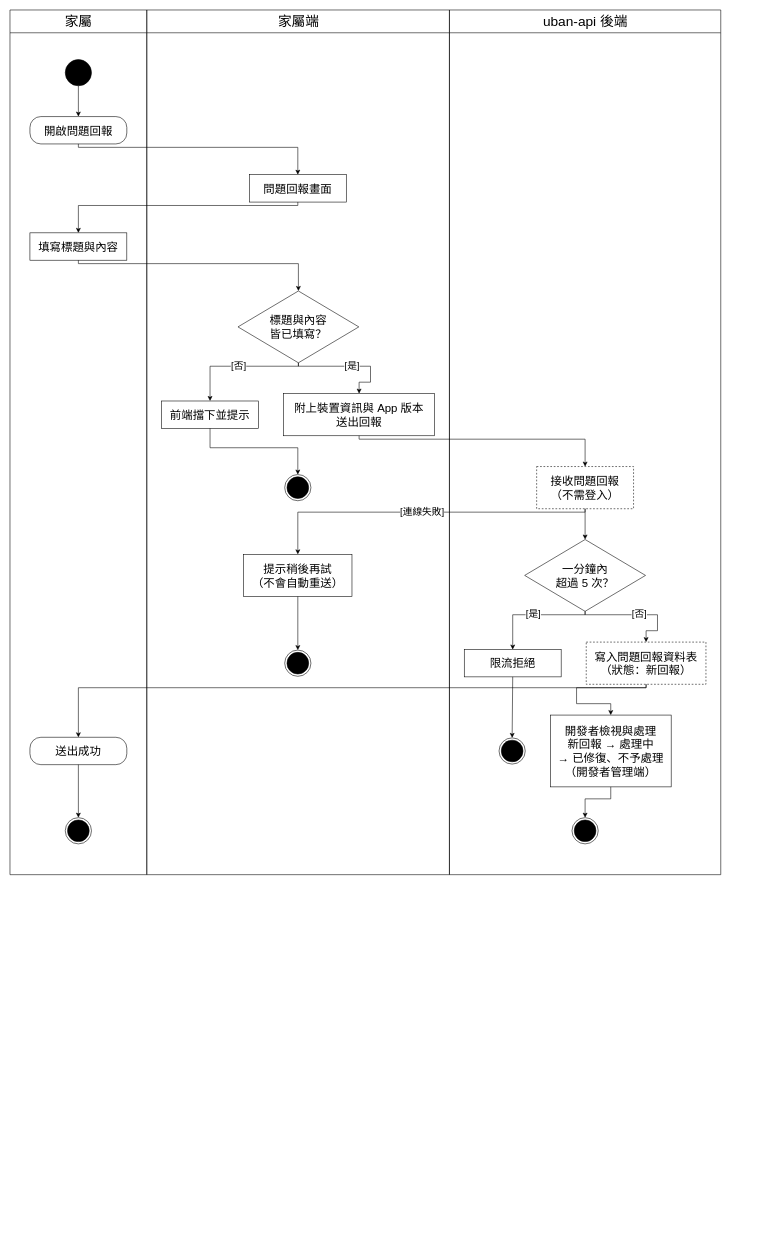
The draw.io diagram Uban System Documents/drawio圖/A21-問題回報.drawio in HuangYu-Kai/Uban, before the edit. Source tidied: cells renumbered, new cells numbered last; positions are measured from the earlier drawing's top-left corner, leaving out a move shared by most shapes. Both pictures are drawn from the tidied source at 57%, with x=0, y=0 at pixel (10, 10).
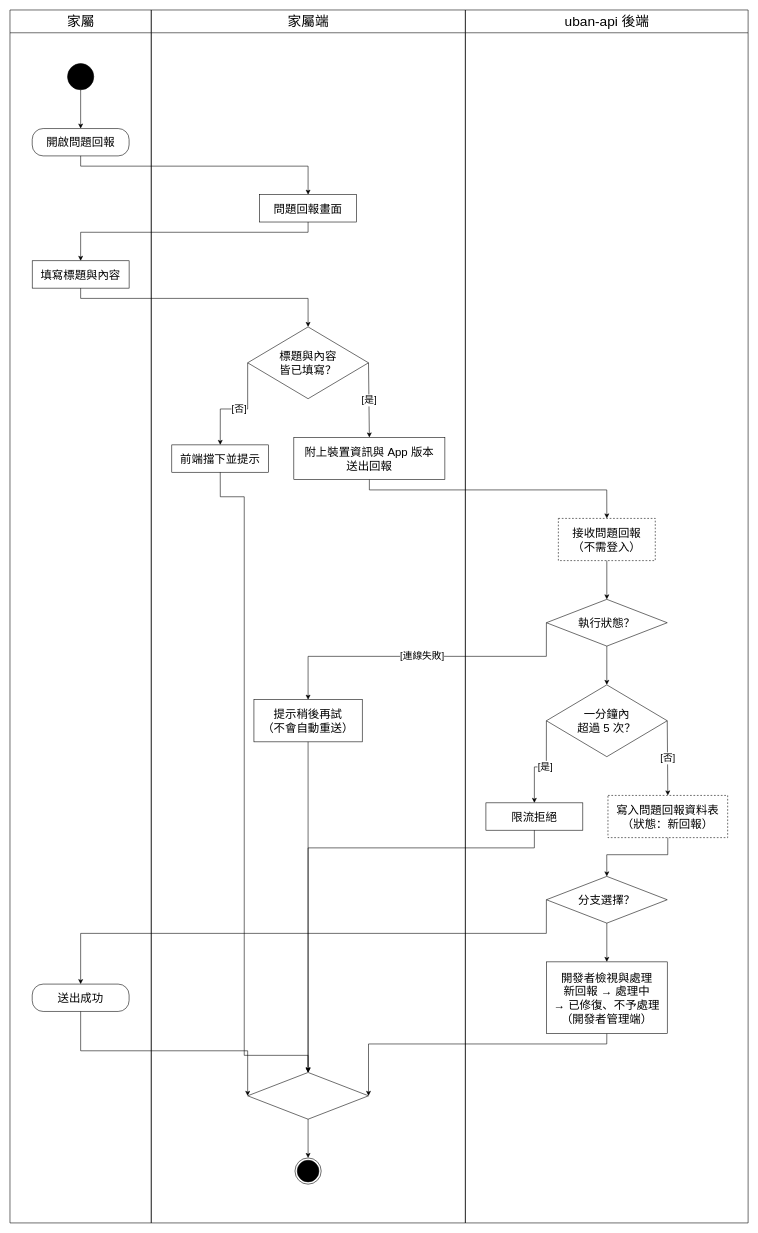
Above is the later version.

Change to the diagram source:
```diff
@@
     <mxCell id="2" value="家屬" style="swimlane;html=1;horizontal=1;startSize=40;fillColor=none;strokeColor=#000000;fontSize=24;fontColor=#000000;fontStyle=0;swimlaneFillColor=none;" parent="1" vertex="1">
-      <mxGeometry width="240" height="1517" as="geometry" />
+      <mxGeometry width="247.9" height="2128" as="geometry" />
     </mxCell>
     <mxCell id="3" value="家屬端" style="swimlane;html=1;horizontal=1;startSize=40;fillColor=none;strokeColor=#000000;fontSize=24;fontColor=#000000;fontStyle=0;swimlaneFillColor=none;" parent="1" vertex="1">
-      <mxGeometry x="240" width="531" height="1517" as="geometry" />
+      <mxGeometry x="247.9" width="551" height="2128" as="geometry" />
     </mxCell>
     <mxCell id="4" value="uban-api 後端" style="swimlane;html=1;horizontal=1;startSize=40;fillColor=none;strokeColor=#000000;fontSize=24;fontColor=#000000;fontStyle=0;swimlaneFillColor=none;" parent="1" vertex="1">
-      <mxGeometry x="771" width="476" height="1517" as="geometry" />
+      <mxGeometry x="799" width="496" height="2128" as="geometry" />
     </mxCell>
     <mxCell id="5" style="ellipse;html=1;fillColor=#000000;strokeColor=#000000;" parent="2" vertex="1">
-      <mxGeometry x="97" y="87" width="46" height="46" as="geometry" />
+      <mxGeometry x="101" y="94" width="46" height="46" as="geometry" />
     </mxCell>
     <mxCell id="6" value="開啟問題回報" style="rounded=1;arcSize=40;whiteSpace=wrap;html=1;fillColor=#FFFFFF;strokeColor=#000000;fontSize=20;fontColor=#000000;" parent="2" vertex="1">
-      <mxGeometry x="35" y="187" width="170" height="48" as="geometry" />
+      <mxGeometry x="39" y="208" width="170" height="48" as="geometry" />
     </mxCell>
     <mxCell id="7" value="填寫標題與內容" style="rounded=0;whiteSpace=wrap;html=1;fillColor=#FFFFFF;strokeColor=#000000;fontSize=20;fontColor=#000000;" parent="2" vertex="1">
-      <mxGeometry x="35" y="391" width="170" height="48" as="geometry" />
+      <mxGeometry x="39" y="440" width="170" height="48" as="geometry" />
     </mxCell>
     <mxCell id="8" value="送出成功" style="rounded=1;arcSize=40;whiteSpace=wrap;html=1;fillColor=#FFFFFF;strokeColor=#000000;fontSize=20;fontColor=#000000;" parent="2" vertex="1">
-      <mxGeometry x="35" y="1276" width="170" height="48" as="geometry" />
+      <mxGeometry x="39" y="1709" width="170" height="48" as="geometry" />
     </mxCell>
-    <mxCell id="9" style="ellipse;html=1;shape=endState;fillColor=#000000;strokeColor=#000000;" parent="2" vertex="1">
-      <mxGeometry x="97" y="1417" width="46" height="46" as="geometry" />
-    </mxCell>
     <mxCell id="10" value="問題回報畫面" style="rounded=0;whiteSpace=wrap;html=1;fillColor=#FFFFFF;strokeColor=#000000;fontSize=20;fontColor=#000000;" parent="3" vertex="1">
-      <mxGeometry x="180" y="289" width="170" height="48" as="geometry" />
+      <mxGeometry x="190.1" y="324" width="170" height="48" as="geometry" />
     </mxCell>
     <mxCell id="11" value="標題與內容&lt;br&gt;皆已填寫？" style="rhombus;whiteSpace=wrap;html=1;fillColor=#FFFFFF;strokeColor=#000000;fontSize=20;fontColor=#000000;" parent="3" vertex="1">
-      <mxGeometry x="160" y="493" width="212" height="126" as="geometry" />
+      <mxGeometry x="169.1" y="556" width="212" height="126" as="geometry" />
     </mxCell>
     <mxCell id="12" value="前端擋下並提示" style="rounded=0;whiteSpace=wrap;html=1;fillColor=#FFFFFF;strokeColor=#000000;fontSize=20;fontColor=#000000;" parent="3" vertex="1">
-      <mxGeometry x="26" y="686" width="170" height="48" as="geometry" />
+      <mxGeometry x="36" y="763" width="170" height="48" as="geometry" />
     </mxCell>
-    <mxCell id="13" style="ellipse;html=1;shape=endState;fillColor=#000000;strokeColor=#000000;" parent="3" vertex="1">
-      <mxGeometry x="242" y="815" width="46" height="46" as="geometry" />
-    </mxCell>
     <mxCell id="14" value="附上裝置資訊與 App 版本&lt;br&gt;送出回報" style="rounded=0;whiteSpace=wrap;html=1;fillColor=#FFFFFF;strokeColor=#000000;fontSize=20;fontColor=#000000;" parent="3" vertex="1">
-      <mxGeometry x="240" y="673" width="265" height="74" as="geometry" />
+      <mxGeometry x="250.1" y="750" width="265" height="74" as="geometry" />
     </mxCell>
     <mxCell id="15" value="提示稍後再試&lt;br&gt;（不會自動重送）" style="rounded=0;whiteSpace=wrap;html=1;fillColor=#FFFFFF;strokeColor=#000000;fontSize=20;fontColor=#000000;" parent="3" vertex="1">
-      <mxGeometry x="170" y="955" width="190" height="74" as="geometry" />
+      <mxGeometry x="180.1" y="1210" width="190" height="74" as="geometry" />
     </mxCell>
-    <mxCell id="16" style="ellipse;html=1;shape=endState;fillColor=#000000;strokeColor=#000000;" parent="3" vertex="1">
-      <mxGeometry x="242" y="1123" width="46" height="46" as="geometry" />
-    </mxCell>
+    <mxCell id="42" style="rhombus;whiteSpace=wrap;html=1;fillColor=#FFFFFF;strokeColor=#000000;fontSize=20;fontColor=#000000;" parent="3" vertex="1">
+      <mxGeometry x="169.1" y="1864" width="212" height="82" as="geometry" />
+    </mxCell>
+    <mxCell id="43" style="ellipse;html=1;shape=endState;fillColor=#000000;strokeColor=#000000;" parent="3" vertex="1">
+      <mxGeometry x="252.1" y="2014" width="46" height="46" as="geometry" />
+    </mxCell>
     <mxCell id="17" value="接收問題回報&lt;br&gt;（不需登入）" style="rounded=0;whiteSpace=wrap;html=1;fillColor=#FFFFFF;strokeColor=#000000;fontSize=20;fontColor=#000000;dashed=1;" parent="4" vertex="1">
-      <mxGeometry x="153" y="801" width="170" height="74" as="geometry" />
+      <mxGeometry x="163.1" y="892" width="170" height="74" as="geometry" />
     </mxCell>
     <mxCell id="18" value="一分鐘內&lt;br&gt;超過 5 次？" style="rhombus;whiteSpace=wrap;html=1;fillColor=#FFFFFF;strokeColor=#000000;fontSize=20;fontColor=#000000;" parent="4" vertex="1">
-      <mxGeometry x="132" y="929" width="212" height="126" as="geometry" />
+      <mxGeometry x="142.1" y="1184" width="212" height="126" as="geometry" />
     </mxCell>
     <mxCell id="19" value="限流拒絕" style="rounded=0;whiteSpace=wrap;html=1;fillColor=#FFFFFF;strokeColor=#000000;fontSize=20;fontColor=#000000;" parent="4" vertex="1">
-      <mxGeometry x="26" y="1122" width="170" height="48" as="geometry" />
+      <mxGeometry x="36" y="1391" width="170" height="48" as="geometry" />
     </mxCell>
-    <mxCell id="20" style="ellipse;html=1;shape=endState;fillColor=#000000;strokeColor=#000000;" parent="4" vertex="1">
-      <mxGeometry x="87" y="1277" width="46" height="46" as="geometry" />
-    </mxCell>
     <mxCell id="21" value="寫入問題回報資料表&lt;br&gt;（狀態：新回報）" style="rounded=0;whiteSpace=wrap;html=1;fillColor=#FFFFFF;strokeColor=#000000;fontSize=20;fontColor=#000000;dashed=1;" parent="4" vertex="1">
-      <mxGeometry x="240" y="1109" width="210" height="74" as="geometry" />
+      <mxGeometry x="250.1" y="1378" width="210" height="74" as="geometry" />
     </mxCell>
     <mxCell id="22" value="開發者檢視與處理&lt;br&gt;新回報 → 處理中&lt;br&gt;→ 已修復、不予處理&lt;br&gt;（開發者管理端）" style="rounded=0;whiteSpace=wrap;html=1;fillColor=#FFFFFF;strokeColor=#000000;fontSize=20;fontColor=#000000;" parent="4" vertex="1">
-      <mxGeometry x="177" y="1237" width="212" height="126" as="geometry" />
+      <mxGeometry x="142.1" y="1670" width="212" height="126" as="geometry" />
     </mxCell>
-    <mxCell id="23" style="ellipse;html=1;shape=endState;fillColor=#000000;strokeColor=#000000;" parent="4" vertex="1">
-      <mxGeometry x="215" y="1417" width="46" height="46" as="geometry" />
-    </mxCell>
+    <mxCell id="44" value="執行狀態？" style="rhombus;whiteSpace=wrap;html=1;fillColor=#FFFFFF;strokeColor=#000000;fontSize=20;fontColor=#000000;" parent="4" vertex="1">
+      <mxGeometry x="142.1" y="1034" width="212" height="82" as="geometry" />
+    </mxCell>
+    <mxCell id="45" value="分支選擇？" style="rhombus;whiteSpace=wrap;html=1;fillColor=#FFFFFF;strokeColor=#000000;fontSize=20;fontColor=#000000;" parent="4" vertex="1">
+      <mxGeometry x="142.1" y="1520" width="212" height="82" as="geometry" />
+    </mxCell>
@@
     <mxCell id="25" style="edgeStyle=none;rounded=0;html=1;strokeColor=#000000;fontSize=17;fontColor=#000000;labelBackgroundColor=#FFFFFF;endArrow=classic;endFill=1;exitPerimeter=0;entryPerimeter=0;exitX=0.5;exitY=1;exitDx=0;exitDy=0;entryX=0.5;entryY=0;entryDx=0;entryDy=0;" parent="1" edge="1" source="6" target="10">
       <mxGeometry relative="1" as="geometry">
         <Array as="points">
-          <mxPoint x="120" y="241" />
-          <mxPoint x="505" y="241" />
+          <mxPoint x="124" y="274" />
+          <mxPoint x="523" y="274" />
         </Array>
       </mxGeometry>
     </mxCell>
     <mxCell id="26" style="edgeStyle=none;rounded=0;html=1;strokeColor=#000000;fontSize=17;fontColor=#000000;labelBackgroundColor=#FFFFFF;endArrow=classic;endFill=1;exitPerimeter=0;entryPerimeter=0;exitX=0.5;exitY=1;exitDx=0;exitDy=0;entryX=0.5;entryY=0;entryDx=0;entryDy=0;" parent="1" edge="1" source="10" target="7">
       <mxGeometry relative="1" as="geometry">
         <Array as="points">
-          <mxPoint x="505" y="343" />
-          <mxPoint x="120" y="343" />
+          <mxPoint x="523" y="390" />
+          <mxPoint x="124" y="390" />
         </Array>
       </mxGeometry>
     </mxCell>
     <mxCell id="27" style="edgeStyle=none;rounded=0;html=1;strokeColor=#000000;fontSize=17;fontColor=#000000;labelBackgroundColor=#FFFFFF;endArrow=classic;endFill=1;exitPerimeter=0;entryPerimeter=0;exitX=0.5;exitY=1;exitDx=0;exitDy=0;entryX=0.5;entryY=0;entryDx=0;entryDy=0;" parent="1" edge="1" source="7" target="11">
       <mxGeometry relative="1" as="geometry">
         <Array as="points">
-          <mxPoint x="120" y="445" />
-          <mxPoint x="506" y="445" />
+          <mxPoint x="124" y="506" />
+          <mxPoint x="523" y="506" />
         </Array>
       </mxGeometry>
     </mxCell>
-    <mxCell id="28" value="[否]" style="edgeStyle=none;rounded=0;html=1;strokeColor=#000000;fontSize=17;fontColor=#000000;labelBackgroundColor=#FFFFFF;endArrow=classic;endFill=1;exitPerimeter=0;entryPerimeter=0;exitX=0.5;exitY=1;exitDx=0;exitDy=0;entryX=0.5;entryY=0;entryDx=0;entryDy=0;" parent="1" edge="1" source="11" target="12">
+    <mxCell id="28" value="[否]" style="edgeStyle=none;rounded=0;html=1;strokeColor=#000000;fontSize=17;fontColor=#000000;labelBackgroundColor=#FFFFFF;endArrow=classic;endFill=1;exitPerimeter=0;entryPerimeter=0;exitX=0;exitY=0.5;exitDx=0;exitDy=0;entryX=0.5;entryY=0;entryDx=0;entryDy=0;" parent="1" edge="1" source="11" target="12">
       <mxGeometry relative="1" as="geometry">
         <Array as="points">
-          <mxPoint x="506" y="625" />
-          <mxPoint x="351" y="625" />
+          <mxPoint x="417" y="700" />
+          <mxPoint x="369" y="700" />
         </Array>
       </mxGeometry>
     </mxCell>
-    <mxCell id="29" value="[是]" style="edgeStyle=none;rounded=0;html=1;strokeColor=#000000;fontSize=17;fontColor=#000000;labelBackgroundColor=#FFFFFF;endArrow=classic;endFill=1;exitPerimeter=0;entryPerimeter=0;exitX=0.5;exitY=1;exitDx=0;exitDy=0;entryX=0.5;entryY=0;entryDx=0;entryDy=0;" parent="1" edge="1" source="11" target="14">
-      <mxGeometry relative="1" as="geometry">
-        <Array as="points">
-          <mxPoint x="506" y="625" />
-          <mxPoint x="632.5" y="625" />
-          <mxPoint x="632.5" y="653" />
-          <mxPoint x="612.5" y="653" />
-        </Array>
-      </mxGeometry>
+    <mxCell id="29" value="[是]" style="edgeStyle=none;rounded=0;html=1;strokeColor=#000000;fontSize=17;fontColor=#000000;labelBackgroundColor=#FFFFFF;endArrow=classic;endFill=1;exitPerimeter=0;entryPerimeter=0;exitX=1;exitY=0.5;exitDx=0;exitDy=0;entryX=0.5;entryY=0;entryDx=0;entryDy=0;" parent="1" edge="1" source="11" target="14">
+      <mxGeometry relative="1" as="geometry" />
     </mxCell>
     <mxCell id="30" style="edgeStyle=none;rounded=0;html=1;strokeColor=#000000;fontSize=17;fontColor=#000000;labelBackgroundColor=#FFFFFF;endArrow=classic;endFill=1;exitPerimeter=0;entryPerimeter=0;exitX=0.5;exitY=1;exitDx=0;exitDy=0;entryX=0.5;entryY=0;entryDx=0;entryDy=0;" parent="1" edge="1" source="14" target="17">
       <mxGeometry relative="1" as="geometry">
         <Array as="points">
-          <mxPoint x="612.5" y="753" />
-          <mxPoint x="1009" y="753" />
+          <mxPoint x="630.5" y="842" />
+          <mxPoint x="1047" y="842" />
         </Array>
       </mxGeometry>
     </mxCell>
-    <mxCell id="31" value="[連線失敗]" style="edgeStyle=none;rounded=0;html=1;strokeColor=#000000;fontSize=17;fontColor=#000000;labelBackgroundColor=#FFFFFF;endArrow=classic;endFill=1;exitPerimeter=0;entryPerimeter=0;exitX=0.5;exitY=1;exitDx=0;exitDy=0;entryX=0.5;entryY=0;entryDx=0;entryDy=0;" parent="1" edge="1" source="17" target="15">
+    <mxCell id="31" value="[連線失敗]" style="edgeStyle=none;rounded=0;html=1;strokeColor=#000000;fontSize=17;fontColor=#000000;labelBackgroundColor=#FFFFFF;endArrow=classic;endFill=1;exitPerimeter=0;entryPerimeter=0;exitX=0;exitY=0.5;exitDx=0;exitDy=0;entryX=0.5;entryY=0;entryDx=0;entryDy=0;" parent="1" edge="1" source="44" target="15">
       <mxGeometry relative="1" as="geometry">
         <Array as="points">
-          <mxPoint x="1009" y="881" />
-          <mxPoint x="505" y="881" />
+          <mxPoint x="941" y="1134" />
+          <mxPoint x="523" y="1134" />
         </Array>
       </mxGeometry>
     </mxCell>
-    <mxCell id="32" style="edgeStyle=none;rounded=0;html=1;strokeColor=#000000;fontSize=17;fontColor=#000000;labelBackgroundColor=#FFFFFF;endArrow=classic;endFill=1;exitPerimeter=0;entryPerimeter=0;exitX=0.5;exitY=1;exitDx=0;exitDy=0;entryX=0.5;entryY=0;entryDx=0;entryDy=0;" parent="1" edge="1" source="17" target="18">
+    <mxCell id="32" style="edgeStyle=none;rounded=0;html=1;strokeColor=#000000;fontSize=17;fontColor=#000000;labelBackgroundColor=#FFFFFF;endArrow=classic;endFill=1;exitPerimeter=0;entryPerimeter=0;exitX=0.5;exitY=1;exitDx=0;exitDy=0;entryX=0.5;entryY=0;entryDx=0;entryDy=0;" parent="1" edge="1" source="44" target="18">
       <mxGeometry relative="1" as="geometry" />
     </mxCell>
-    <mxCell id="33" value="[是]" style="edgeStyle=none;rounded=0;html=1;strokeColor=#000000;fontSize=17;fontColor=#000000;labelBackgroundColor=#FFFFFF;endArrow=classic;endFill=1;exitPerimeter=0;entryPerimeter=0;exitX=0.5;exitY=1;exitDx=0;exitDy=0;entryX=0.5;entryY=0;entryDx=0;entryDy=0;" parent="1" edge="1" source="18" target="19">
+    <mxCell id="33" value="[是]" style="edgeStyle=none;rounded=0;html=1;strokeColor=#000000;fontSize=17;fontColor=#000000;labelBackgroundColor=#FFFFFF;endArrow=classic;endFill=1;exitPerimeter=0;entryPerimeter=0;exitX=0;exitY=0.5;exitDx=0;exitDy=0;entryX=0.5;entryY=0;entryDx=0;entryDy=0;" parent="1" edge="1" source="18" target="19">
       <mxGeometry relative="1" as="geometry">
         <Array as="points">
-          <mxPoint x="1009" y="1061" />
-          <mxPoint x="882" y="1061" />
+          <mxPoint x="941" y="1328" />
+          <mxPoint x="920" y="1328" />
         </Array>
       </mxGeometry>
     </mxCell>
-    <mxCell id="34" value="[否]" style="edgeStyle=none;rounded=0;html=1;strokeColor=#000000;fontSize=17;fontColor=#000000;labelBackgroundColor=#FFFFFF;endArrow=classic;endFill=1;exitPerimeter=0;entryPerimeter=0;exitX=0.5;exitY=1;exitDx=0;exitDy=0;entryX=0.5;entryY=0;entryDx=0;entryDy=0;" parent="1" edge="1" source="18" target="21">
-      <mxGeometry relative="1" as="geometry">
-        <Array as="points">
-          <mxPoint x="1009" y="1061" />
-          <mxPoint x="1136" y="1061" />
-          <mxPoint x="1136" y="1089" />
-          <mxPoint x="1116" y="1089" />
-        </Array>
-      </mxGeometry>
+    <mxCell id="34" value="[否]" style="edgeStyle=none;rounded=0;html=1;strokeColor=#000000;fontSize=17;fontColor=#000000;labelBackgroundColor=#FFFFFF;endArrow=classic;endFill=1;exitPerimeter=0;entryPerimeter=0;exitX=1;exitY=0.5;exitDx=0;exitDy=0;entryX=0.5;entryY=0;entryDx=0;entryDy=0;" parent="1" edge="1" source="18" target="21">
+      <mxGeometry relative="1" as="geometry" />
     </mxCell>
-    <mxCell id="35" style="edgeStyle=none;rounded=0;html=1;strokeColor=#000000;fontSize=17;fontColor=#000000;labelBackgroundColor=#FFFFFF;endArrow=classic;endFill=1;exitPerimeter=0;entryPerimeter=0;exitX=0.5;exitY=1;exitDx=0;exitDy=0;entryX=0.5;entryY=0;entryDx=0;entryDy=0;" parent="1" edge="1" source="21" target="8">
+    <mxCell id="35" style="edgeStyle=none;rounded=0;html=1;strokeColor=#000000;fontSize=17;fontColor=#000000;labelBackgroundColor=#FFFFFF;endArrow=classic;endFill=1;exitPerimeter=0;entryPerimeter=0;exitX=0;exitY=0.5;exitDx=0;exitDy=0;entryX=0.5;entryY=0;entryDx=0;entryDy=0;" parent="1" edge="1" source="45" target="8">
       <mxGeometry relative="1" as="geometry">
         <Array as="points">
-          <mxPoint x="1116" y="1189" />
-          <mxPoint x="120" y="1189" />
+          <mxPoint x="941" y="1620" />
+          <mxPoint x="124" y="1620" />
         </Array>
       </mxGeometry>
     </mxCell>
-    <mxCell id="36" style="edgeStyle=none;rounded=0;html=1;strokeColor=#000000;fontSize=17;fontColor=#000000;labelBackgroundColor=#FFFFFF;endArrow=classic;endFill=1;exitPerimeter=0;entryPerimeter=0;exitX=0.5;exitY=1;exitDx=0;exitDy=0;entryX=0.5;entryY=0;entryDx=0;entryDy=0;" parent="1" edge="1" source="21" target="22">
-      <mxGeometry relative="1" as="geometry">
-        <Array as="points">
-          <mxPoint x="1116" y="1189" />
-          <mxPoint x="994" y="1189" />
-          <mxPoint x="994" y="1217" />
-          <mxPoint x="1054" y="1217" />
-        </Array>
-      </mxGeometry>
+    <mxCell id="36" style="edgeStyle=none;rounded=0;html=1;strokeColor=#000000;fontSize=17;fontColor=#000000;labelBackgroundColor=#FFFFFF;endArrow=classic;endFill=1;exitPerimeter=0;entryPerimeter=0;exitX=0.5;exitY=1;exitDx=0;exitDy=0;entryX=0.5;entryY=0;entryDx=0;entryDy=0;" parent="1" edge="1" source="45" target="22">
+      <mxGeometry relative="1" as="geometry" />
     </mxCell>
-    <mxCell id="37" style="edgeStyle=none;rounded=0;html=1;strokeColor=#000000;fontSize=17;fontColor=#000000;labelBackgroundColor=#FFFFFF;endArrow=classic;endFill=1;exitPerimeter=0;entryPerimeter=0;exitX=0.5;exitY=1;exitDx=0;exitDy=0;entryX=0.5;entryY=0;entryDx=0;entryDy=0;" parent="1" edge="1" source="8" target="9">
-      <mxGeometry relative="1" as="geometry" />
+    <mxCell id="37" style="edgeStyle=none;rounded=0;html=1;strokeColor=#000000;fontSize=17;fontColor=#000000;labelBackgroundColor=#FFFFFF;endArrow=classic;endFill=1;exitPerimeter=0;entryPerimeter=0;exitX=0.5;exitY=1;exitDx=0;exitDy=0;entryX=0;entryY=0.5;entryDx=0;entryDy=0;" parent="1" edge="1" source="8" target="42">
+      <mxGeometry relative="1" as="geometry">
+        <Array as="points">
+          <mxPoint x="124" y="1826" />
+          <mxPoint x="417" y="1826" />
+        </Array>
+      </mxGeometry>
     </mxCell>
-    <mxCell id="38" style="edgeStyle=none;rounded=0;html=1;strokeColor=#000000;fontSize=17;fontColor=#000000;labelBackgroundColor=#FFFFFF;endArrow=classic;endFill=1;exitPerimeter=0;entryPerimeter=0;exitX=0.5;exitY=1;exitDx=0;exitDy=0;entryX=0.5;entryY=0;entryDx=0;entryDy=0;" parent="1" edge="1" source="12" target="13">
+    <mxCell id="38" style="edgeStyle=none;rounded=0;html=1;strokeColor=#000000;fontSize=17;fontColor=#000000;labelBackgroundColor=#FFFFFF;endArrow=classic;endFill=1;exitPerimeter=0;entryPerimeter=0;exitX=0.5;exitY=1;exitDx=0;exitDy=0;entryX=0.5;entryY=0;entryDx=0;entryDy=0;" parent="1" edge="1" source="12" target="42">
       <mxGeometry relative="1" as="geometry">
         <Array as="points">
-          <mxPoint x="351" y="768" />
-          <mxPoint x="505" y="768" />
+          <mxPoint x="369" y="854" />
+          <mxPoint x="411" y="854" />
+          <mxPoint x="411" y="1834" />
+          <mxPoint x="523" y="1834" />
         </Array>
       </mxGeometry>
     </mxCell>
-    <mxCell id="39" style="edgeStyle=none;rounded=0;html=1;strokeColor=#000000;fontSize=17;fontColor=#000000;labelBackgroundColor=#FFFFFF;endArrow=classic;endFill=1;exitPerimeter=0;entryPerimeter=0;exitX=0.5;exitY=1;exitDx=0;exitDy=0;entryX=0.5;entryY=0;entryDx=0;entryDy=0;" parent="1" edge="1" source="15" target="16">
+    <mxCell id="39" style="edgeStyle=none;rounded=0;html=1;strokeColor=#000000;fontSize=17;fontColor=#000000;labelBackgroundColor=#FFFFFF;endArrow=classic;endFill=1;exitPerimeter=0;entryPerimeter=0;exitX=0.5;exitY=1;exitDx=0;exitDy=0;entryX=0.5;entryY=0;entryDx=0;entryDy=0;" parent="1" edge="1" source="15" target="42">
       <mxGeometry relative="1" as="geometry" />
     </mxCell>
-    <mxCell id="40" style="edgeStyle=none;rounded=0;html=1;strokeColor=#000000;fontSize=17;fontColor=#000000;labelBackgroundColor=#FFFFFF;endArrow=classic;endFill=1;exitPerimeter=0;entryPerimeter=0;exitX=0.5;exitY=1;exitDx=0;exitDy=0;entryX=0.5;entryY=0;entryDx=0;entryDy=0;" parent="1" edge="1" source="19" target="20">
-      <mxGeometry relative="1" as="geometry" />
+    <mxCell id="40" style="edgeStyle=none;rounded=0;html=1;strokeColor=#000000;fontSize=17;fontColor=#000000;labelBackgroundColor=#FFFFFF;endArrow=classic;endFill=1;exitPerimeter=0;entryPerimeter=0;exitX=0.5;exitY=1;exitDx=0;exitDy=0;entryX=0.5;entryY=0;entryDx=0;entryDy=0;" parent="1" edge="1" source="19" target="42">
+      <mxGeometry relative="1" as="geometry">
+        <Array as="points">
+          <mxPoint x="920" y="1470" />
+          <mxPoint x="523" y="1470" />
+        </Array>
+      </mxGeometry>
     </mxCell>
-    <mxCell id="41" style="edgeStyle=none;rounded=0;html=1;strokeColor=#000000;fontSize=17;fontColor=#000000;labelBackgroundColor=#FFFFFF;endArrow=classic;endFill=1;exitPerimeter=0;entryPerimeter=0;exitX=0.5;exitY=1;exitDx=0;exitDy=0;entryX=0.5;entryY=0;entryDx=0;entryDy=0;" parent="1" edge="1" source="22" target="23">
+    <mxCell id="41" style="edgeStyle=none;rounded=0;html=1;strokeColor=#000000;fontSize=17;fontColor=#000000;labelBackgroundColor=#FFFFFF;endArrow=classic;endFill=1;exitPerimeter=0;entryPerimeter=0;exitX=0.5;exitY=1;exitDx=0;exitDy=0;entryX=1;entryY=0.5;entryDx=0;entryDy=0;" parent="1" edge="1" source="22" target="42">
       <mxGeometry relative="1" as="geometry">
         <Array as="points">
-          <mxPoint x="1054" y="1384" />
-          <mxPoint x="1009" y="1384" />
+          <mxPoint x="1047" y="1814" />
+          <mxPoint x="629" y="1814" />
         </Array>
       </mxGeometry>
     </mxCell>
+    <mxCell id="46" style="edgeStyle=none;rounded=0;html=1;strokeColor=#000000;fontSize=17;fontColor=#000000;labelBackgroundColor=#FFFFFF;endArrow=classic;endFill=1;exitPerimeter=0;entryPerimeter=0;exitX=0.5;exitY=1;exitDx=0;exitDy=0;entryX=0.5;entryY=0;entryDx=0;entryDy=0;" parent="1" edge="1" source="17" target="44">
+      <mxGeometry relative="1" as="geometry" />
+    </mxCell>
+    <mxCell id="47" style="edgeStyle=none;rounded=0;html=1;strokeColor=#000000;fontSize=17;fontColor=#000000;labelBackgroundColor=#FFFFFF;endArrow=classic;endFill=1;exitPerimeter=0;entryPerimeter=0;exitX=0.5;exitY=1;exitDx=0;exitDy=0;entryX=0.5;entryY=0;entryDx=0;entryDy=0;" parent="1" edge="1" source="21" target="45">
+      <mxGeometry relative="1" as="geometry">
+        <Array as="points">
+          <mxPoint x="1154" y="1482" />
+          <mxPoint x="1047" y="1482" />
+        </Array>
+      </mxGeometry>
+    </mxCell>
+    <mxCell id="48" style="edgeStyle=none;rounded=0;html=1;strokeColor=#000000;fontSize=17;fontColor=#000000;labelBackgroundColor=#FFFFFF;endArrow=classic;endFill=1;exitPerimeter=0;entryPerimeter=0;exitX=0.5;exitY=1;exitDx=0;exitDy=0;entryX=0.5;entryY=0;entryDx=0;entryDy=0;" parent="1" edge="1" source="42" target="43">
+      <mxGeometry relative="1" as="geometry" />
+    </mxCell>
```
